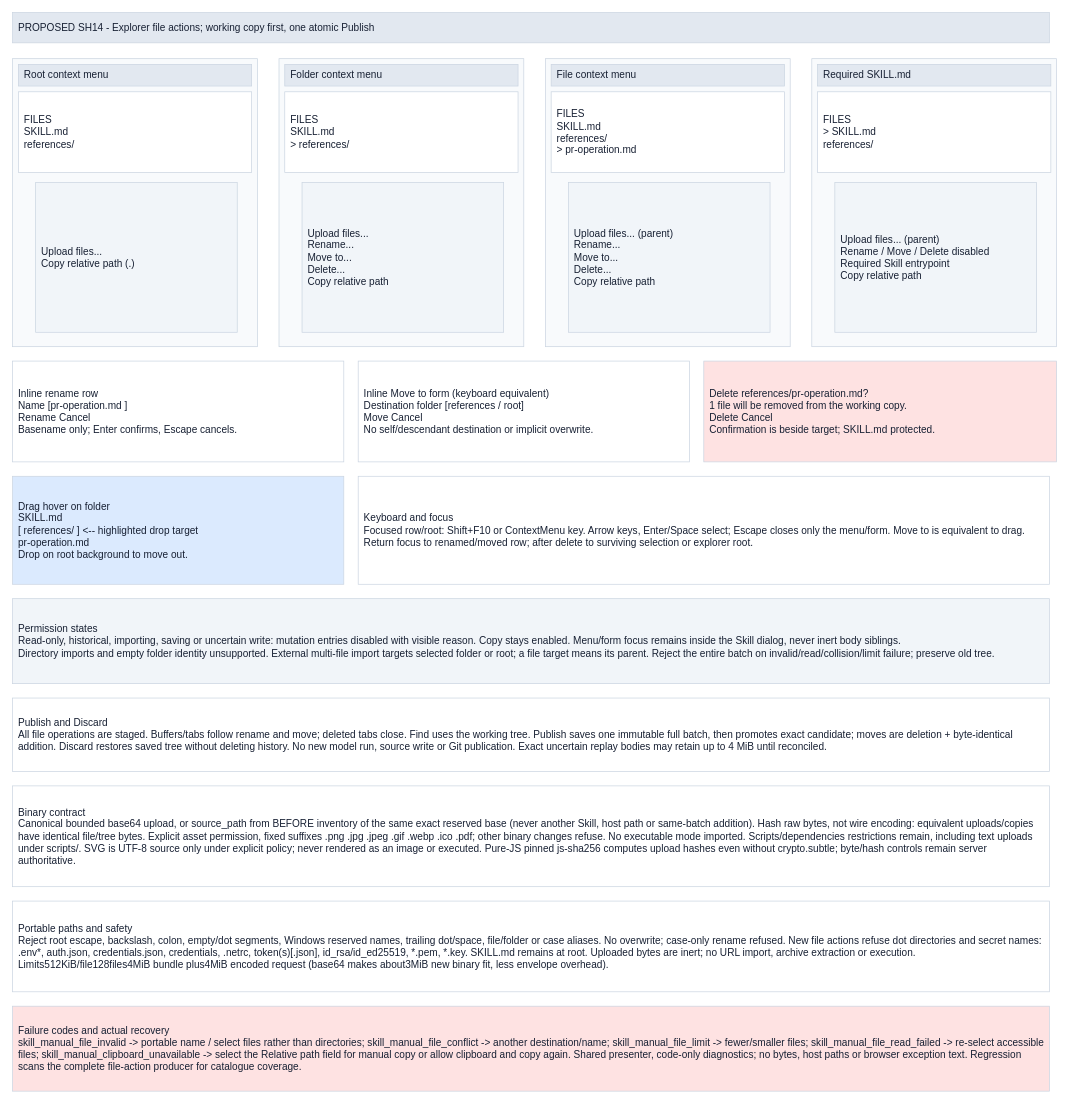
Earlier version of the draw.io diagram page "Skill explorer file actions" (7 of 7) of projects/laomedo/subsystems/skill-registry/design/skill-files.drawio (amadou-6e/specs). Source tidied: cells renumbered, new cells numbered last; positions are measured from the earlier drawing's top-left corner, leaving out a move shared by most shapes. Both pictures are drawn from the tidied source at 72%, with x=0, y=0 at pixel (12, 12).
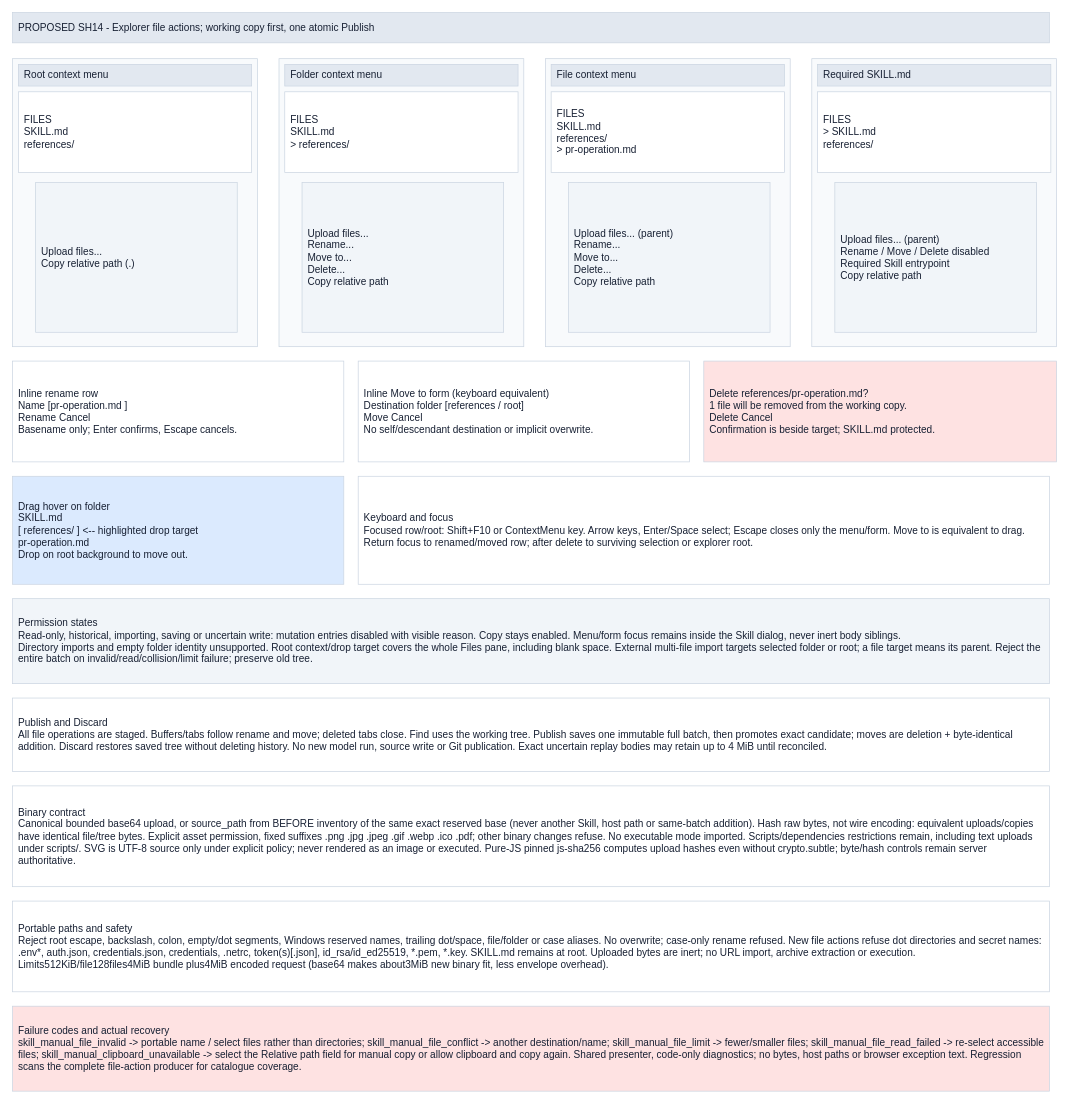
After the change.

Commit message (it also covers changes not shown here):
Clarify Skill explorer background targets and legacy paths

What changed in the source:
```diff
@@
-    <mxCell id="24" value="Permission states&#10;Read-only, historical, importing, saving or uncertain write: mutation entries disabled with visible reason. Copy stays enabled. Menu/form focus remains inside the Skill dialog, never inert body siblings.&#10;Directory imports and empty folder identity unsupported. External multi-file import targets selected folder or root; a file target means its parent. Reject the entire batch on invalid/read/collision/limit failure; preserve old tree." style="rounded=0;whiteSpace=wrap;html=0;fillColor=#f1f5f9;strokeColor=#cbd5e1;fontColor=#172033;fontFamily=Arial;fontSize=14;align=left;verticalAlign=middle;spacing=8;" parent="1" vertex="1">
+    <mxCell id="24" value="Permission states&#10;Read-only, historical, importing, saving or uncertain write: mutation entries disabled with visible reason. Copy stays enabled. Menu/form focus remains inside the Skill dialog, never inert body siblings.&#10;Directory imports and empty folder identity unsupported. Root context/drop target covers the whole Files pane, including blank space. External multi-file import targets selected folder or root; a file target means its parent. Reject the entire batch on invalid/read/collision/limit failure; preserve old tree." style="rounded=0;whiteSpace=wrap;html=0;fillColor=#f1f5f9;strokeColor=#cbd5e1;fontColor=#172033;fontFamily=Arial;fontSize=14;align=left;verticalAlign=middle;spacing=8;" parent="1" vertex="1">
       <mxGeometry y="814" width="1440" height="118" as="geometry" />
     </mxCell>
```
